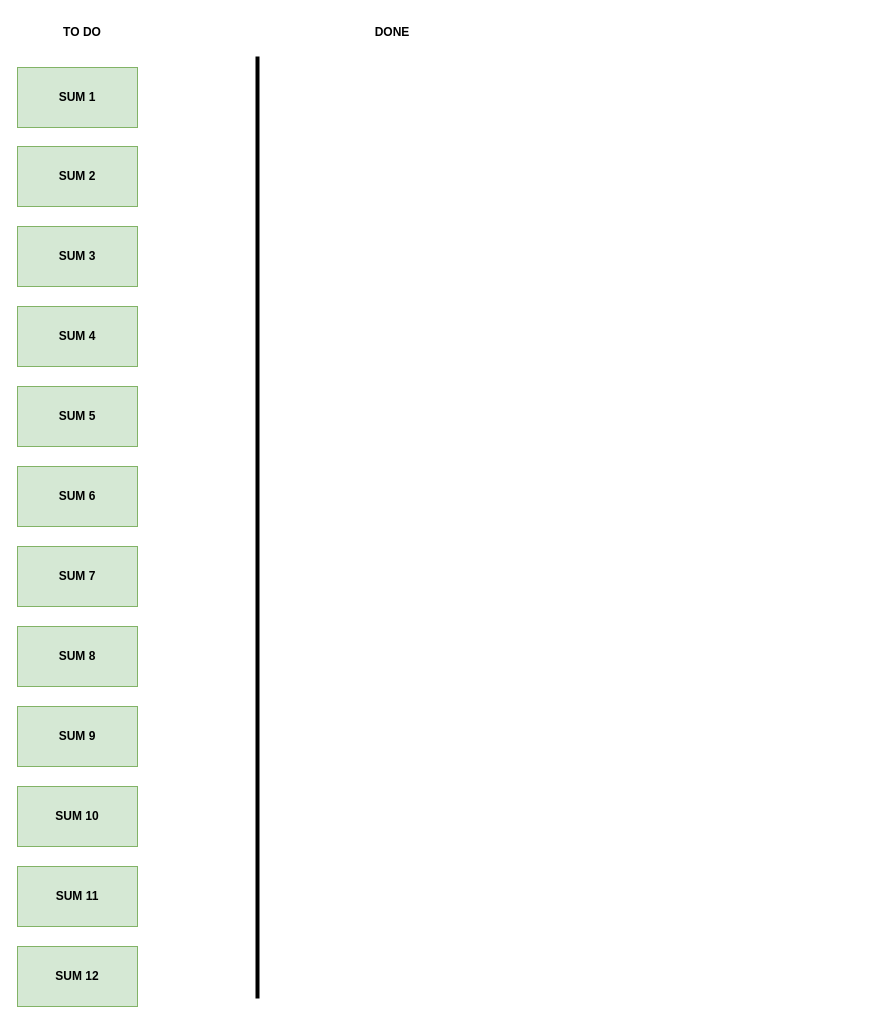
Earlier version of the draw.io diagram sum progres.drawio (Dhamodharan17/problem-solving-python). Source tidied: cells renumbered, new cells numbered last; positions are measured from the earlier drawing's top-left corner, leaving out a move shared by most shapes. Both pictures are drawn from the tidied source at 100%, with x=0, y=0 at pixel (17, 17).
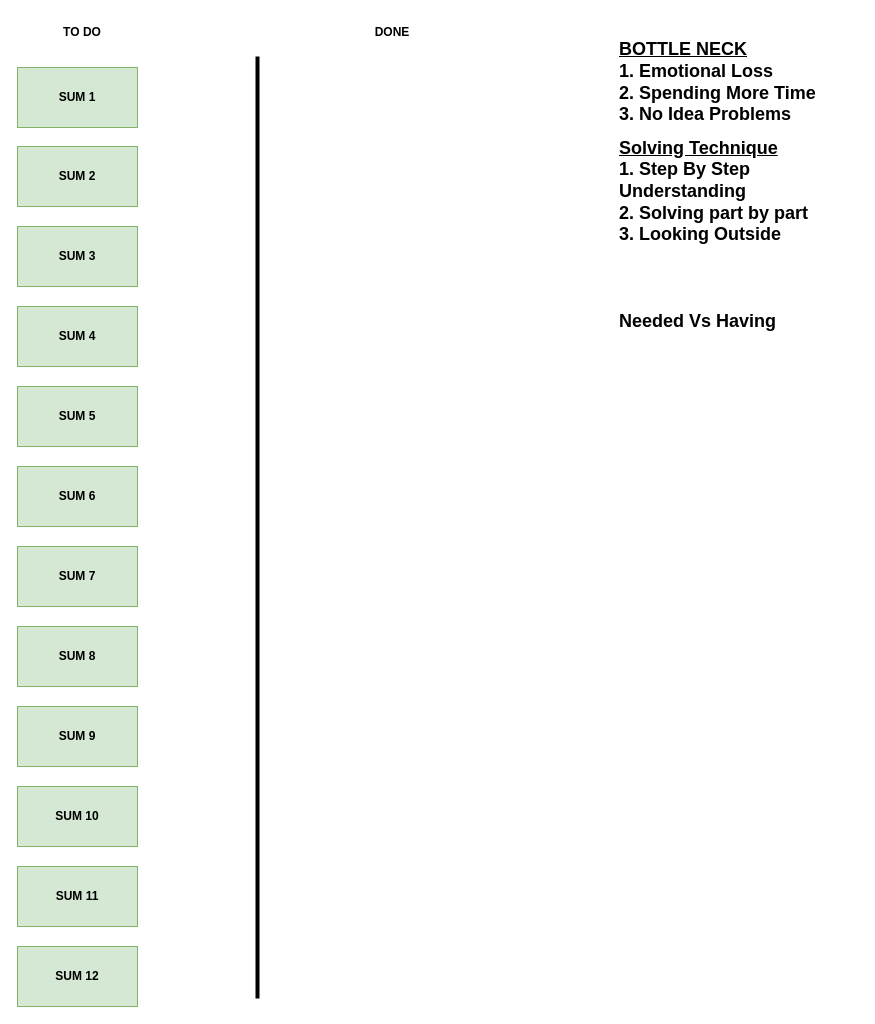
After the change.

The edit, as a diff of the source:
```diff
@@
+    <mxCell id="17" value="&lt;b&gt;&lt;u&gt;BOTTLE NECK&lt;/u&gt;&lt;/b&gt;&lt;div&gt;&lt;b&gt;1. Emotional Loss&lt;/b&gt;&lt;/div&gt;&lt;div&gt;&lt;b&gt;2. Spending More Time&lt;/b&gt;&lt;/div&gt;&lt;div&gt;&lt;b&gt;3. No Idea Problems&lt;/b&gt;&lt;/div&gt;" style="text;strokeColor=none;align=left;fillColor=none;html=1;verticalAlign=middle;whiteSpace=wrap;rounded=0;fontSize=18;" parent="1" vertex="1">
+      <mxGeometry x="600" y="20" width="240" height="90" as="geometry" />
+    </mxCell>
+    <mxCell id="18" value="&lt;b&gt;&lt;u&gt;Solving Technique&lt;/u&gt;&lt;/b&gt;&lt;div&gt;&lt;b&gt;1. Step By Step Understanding&lt;/b&gt;&lt;/div&gt;&lt;div&gt;&lt;b&gt;2. Solving part by part&lt;/b&gt;&lt;/div&gt;&lt;div&gt;&lt;b&gt;3. Looking Outside&lt;/b&gt;&lt;/div&gt;&lt;div&gt;&lt;b&gt;&lt;br&gt;&lt;/b&gt;&lt;/div&gt;" style="text;strokeColor=none;align=left;fillColor=none;html=1;verticalAlign=middle;whiteSpace=wrap;rounded=0;fontSize=18;" parent="1" vertex="1">
+      <mxGeometry x="600" y="140" width="240" height="90" as="geometry" />
+    </mxCell>
+    <mxCell id="19" value="&lt;div&gt;&lt;b&gt;Needed Vs Having&lt;/b&gt;&lt;/div&gt;" style="text;strokeColor=none;align=left;fillColor=none;html=1;verticalAlign=middle;whiteSpace=wrap;rounded=0;fontSize=18;" parent="1" vertex="1">
+      <mxGeometry x="600" y="259" width="240" height="90" as="geometry" />
+    </mxCell>
```
